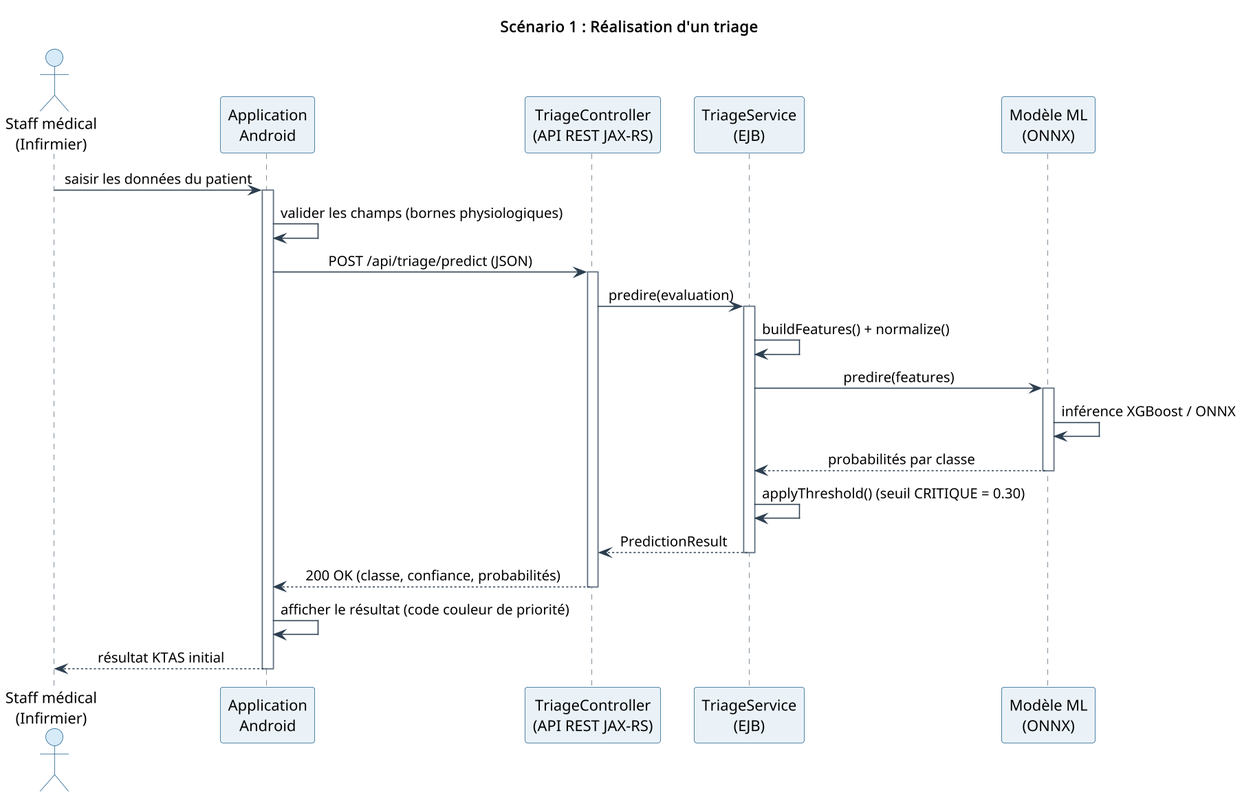
Salaheddine03-ux/quicktriage-rapport keeps this PlantUML diagram as figures/seq_triage.png. Above is the earlier version.
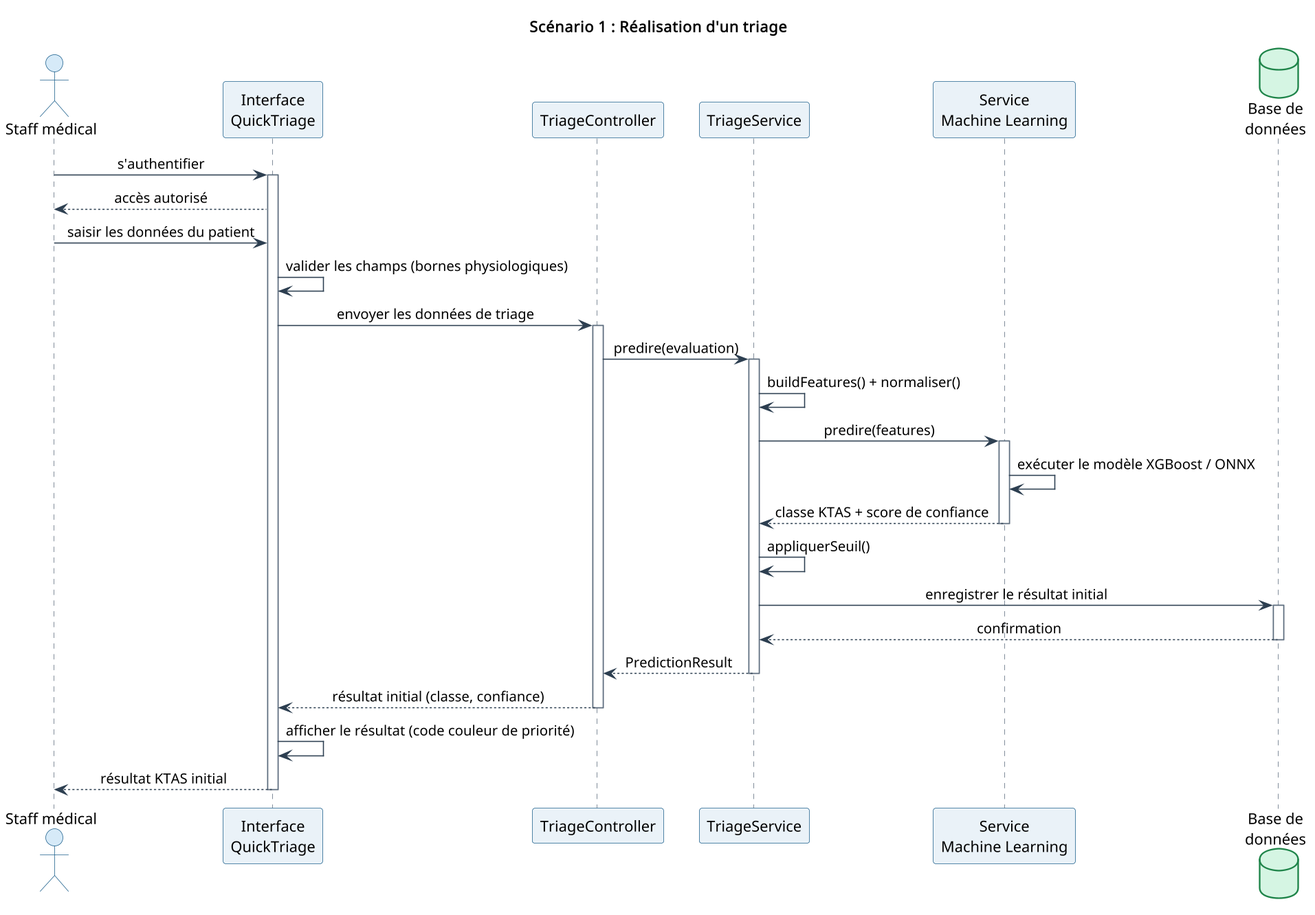
Above is the later version.

Diff of the diagram source:
```diff
@@ -8,39 +8,49 @@
 skinparam ParticipantBorderColor #1F618D
 skinparam ActorBackgroundColor #D6EAF8
 skinparam ActorBorderColor #1F618D
+skinparam DatabaseBackgroundColor #D5F5E3
+skinparam DatabaseBorderColor #1E8449
 skinparam SequenceLifeLineBorderColor #5D6D7E
 skinparam ArrowColor #2C3E50
 
-actor "Staff médical\n(Infirmier)" as Staff
-participant "Application\nAndroid" as App
-participant "TriageController\n(API REST JAX-RS)" as Ctrl
-participant "TriageService\n(EJB)" as Svc
-participant "Modèle ML\n(ONNX)" as ML
+actor "Staff médical" as Staff
+participant "Interface\nQuickTriage" as UI
+participant "TriageController" as Ctrl
+participant "TriageService" as Svc
+participant "Service\nMachine Learning" as ML
+database "Base de\ndonnées" as DB
 
-Staff -> App : saisir les données du patient
-activate App
-App -> App : valider les champs (bornes physiologiques)
+Staff -> UI : s'authentifier
+activate UI
+UI --> Staff : accès autorisé
 
-App -> Ctrl : POST /api/triage/predict (JSON)
+Staff -> UI : saisir les données du patient
+UI -> UI : valider les champs (bornes physiologiques)
+
+UI -> Ctrl : envoyer les données de triage
 activate Ctrl
 Ctrl -> Svc : predire(evaluation)
 activate Svc
 
-Svc -> Svc : buildFeatures() + normalize()
+Svc -> Svc : buildFeatures() + normaliser()
 Svc -> ML : predire(features)
 activate ML
-ML -> ML : inférence XGBoost / ONNX
-ML --> Svc : probabilités par classe
+ML -> ML : exécuter le modèle XGBoost / ONNX
+ML --> Svc : classe KTAS + score de confiance
 deactivate ML
 
-Svc -> Svc : applyThreshold() (seuil CRITIQUE = 0.30)
+Svc -> Svc : appliquerSeuil()
+Svc -> DB : enregistrer le résultat initial
+activate DB
+DB --> Svc : confirmation
+deactivate DB
 Svc --> Ctrl : PredictionResult
 deactivate Svc
 
-Ctrl --> App : 200 OK (classe, confiance, probabilités)
+Ctrl --> UI : résultat initial (classe, confiance)
 deactivate Ctrl
 
-App -> App : afficher le résultat (code couleur de priorité)
-App --> Staff : résultat KTAS initial
-deactivate App
+UI -> UI : afficher le résultat (code couleur de priorité)
+UI --> Staff : résultat KTAS initial
+deactivate UI
 @enduml
```
